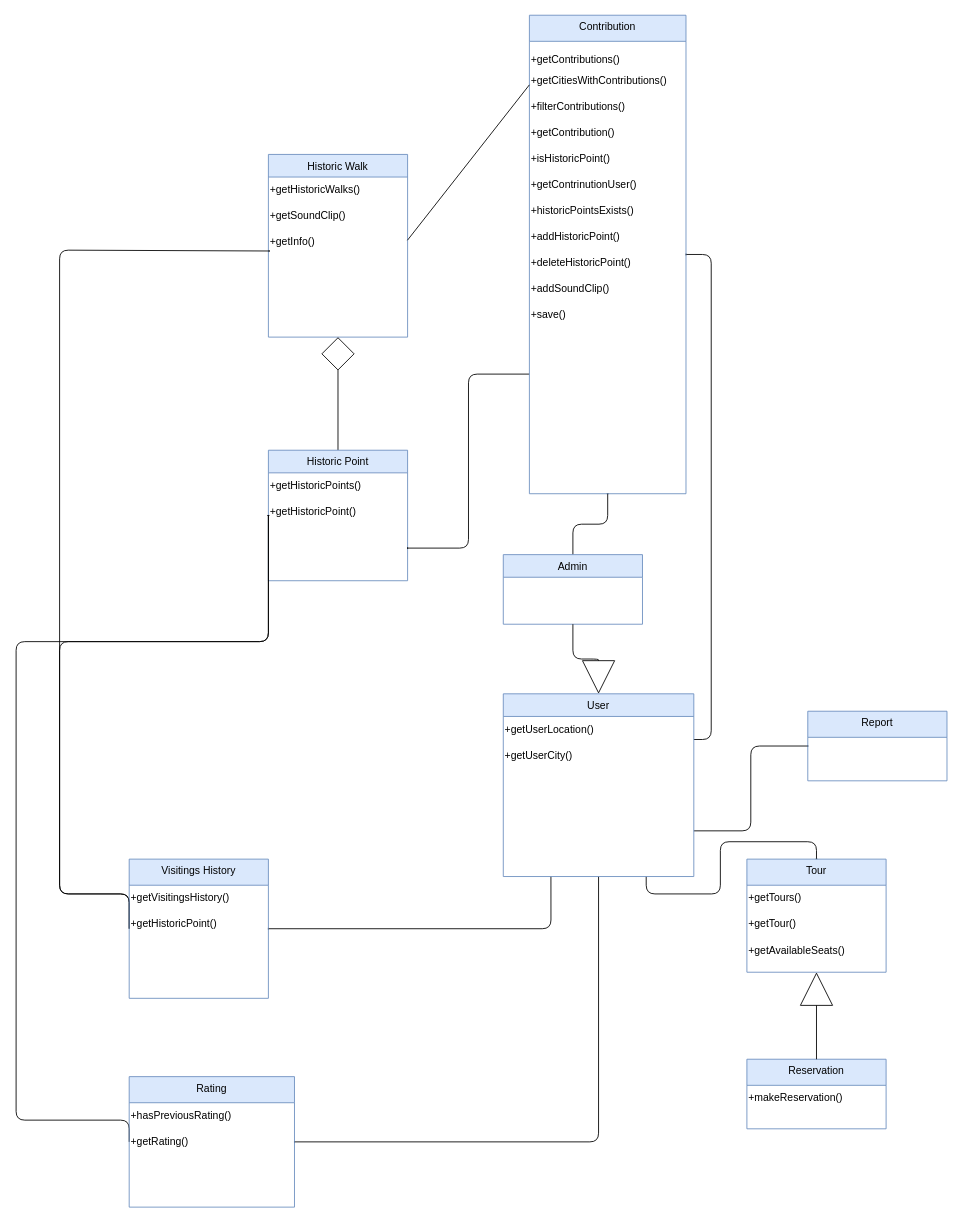
The draw.io diagram NOTES/Domain Model.drawio in Nektar24/software-engineering, before the edit. Source tidied: cells renumbered, new cells numbered last; positions are measured from the earlier drawing's top-left corner, leaving out a move shared by most shapes. Both pictures are drawn from the tidied source at 87%, with x=0, y=0 at pixel (16, 15).
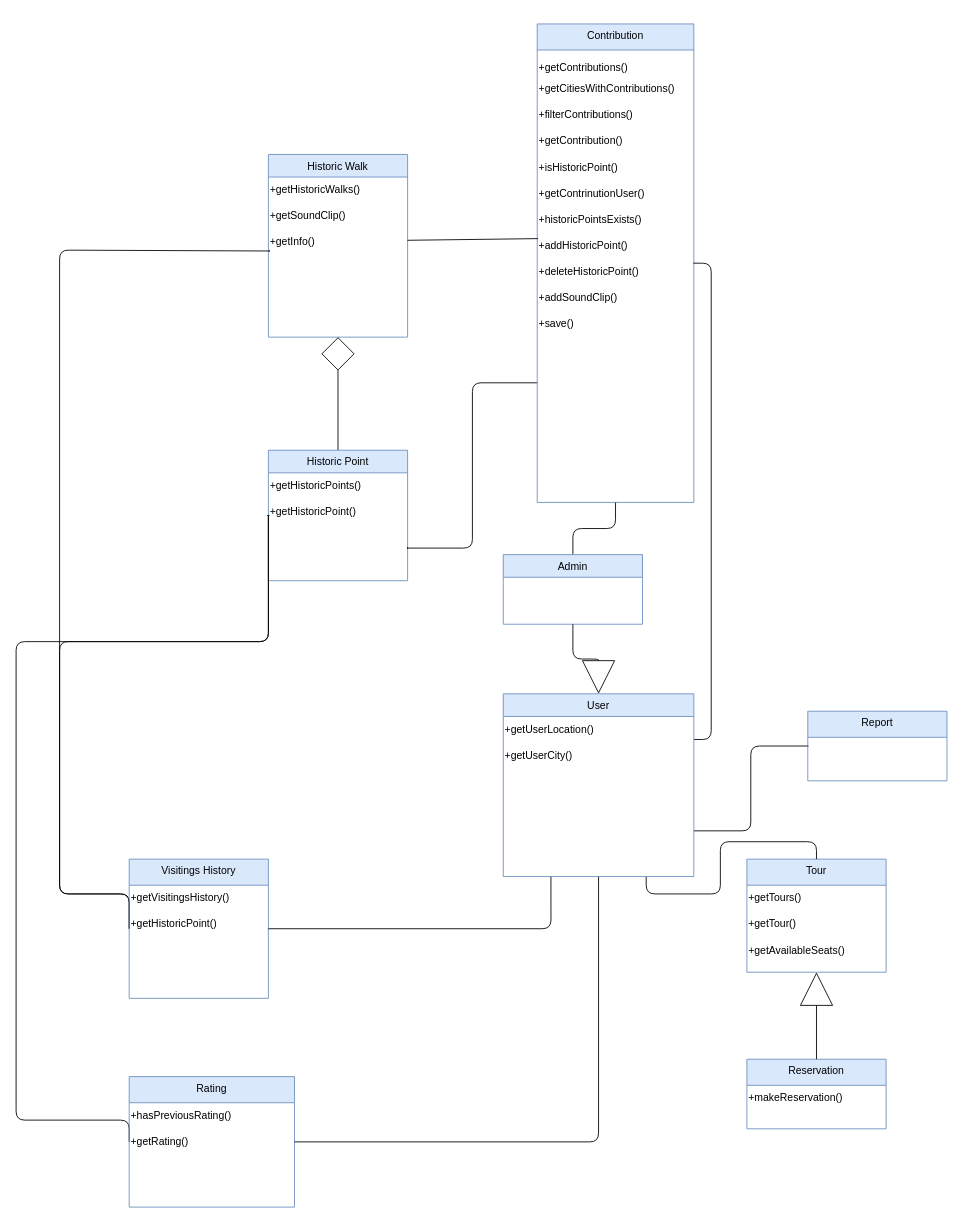
The same page after the edit.

The change refers to these unchanged cells:
```xml
<mxCell id="24" value="+getCitiesWithContributions()" style="text;html=1;align=left;verticalAlign=middle;points=[];strokeColor=none;fillColor=none;" parent="22" vertex="1">
  <mxGeometry y="60" width="180" height="30" as="geometry" />
</mxCell>
<mxCell id="30" value="+addHistoricPoint()" style="text;html=1;align=left;verticalAlign=middle;points=[];strokeColor=none;fillColor=none;" parent="22" vertex="1">
  <mxGeometry y="240" width="180" height="30" as="geometry" />
</mxCell>
```

Change to the diagram source:
```diff
@@
     <mxCell id="22" value="Contribution" style="swimlane;fontStyle=0;align=center;verticalAlign=top;horizontal=1;startSize=30;rounded=0;shadow=0;strokeWidth=1;fillColor=#dae8fc;strokeColor=#6c8ebf;" parent="1" vertex="1">
-      <mxGeometry x="590" width="180" height="550" as="geometry" />
+      <mxGeometry x="599" y="10" width="180" height="550" as="geometry" />
     </mxCell>
@@
-    <mxCell id="51" style="endArrow=none;html=1;rounded=1;entryX=0;entryY=0.667;entryDx=0;entryDy=0;entryPerimeter=0;exitX=0.999;exitY=0.422;exitDx=0;exitDy=0;curved=0;exitPerimeter=0;" parent="1" edge="1" target="24">
+    <mxCell id="51" style="endArrow=none;html=1;rounded=1;entryX=0.005;entryY=0.226;entryDx=0;entryDy=0;entryPerimeter=0;exitX=0.999;exitY=0.422;exitDx=0;exitDy=0;curved=0;exitPerimeter=0;" parent="1" edge="1" target="30">
       <mxGeometry relative="1" as="geometry">
         <mxPoint x="449.8" y="258.7" as="sourcePoint" />
       </mxGeometry>
     </mxCell>
```
